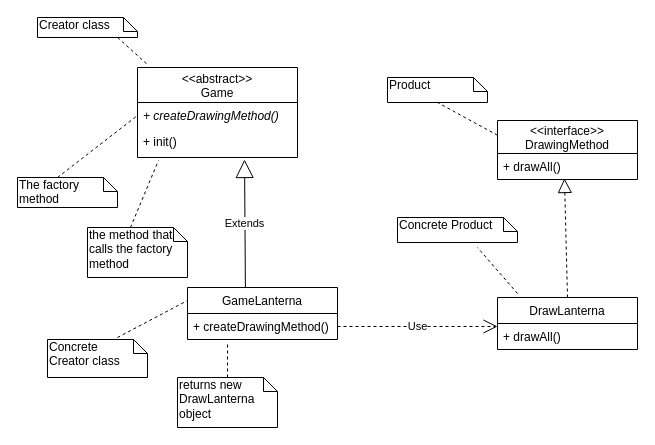
The draw.io diagram docs/images/UML_FactoryMethod_1/UML_FactoryMethod_1.drawio in DiogoF17/LPOO_18-19, before the edit. Source tidied: cells renumbered, new cells numbered last; positions are measured from the earlier drawing's top-left corner, leaving out a move shared by most shapes. Both pictures are drawn from the tidied source at 100%, with x=0, y=0 at pixel (17, 17).
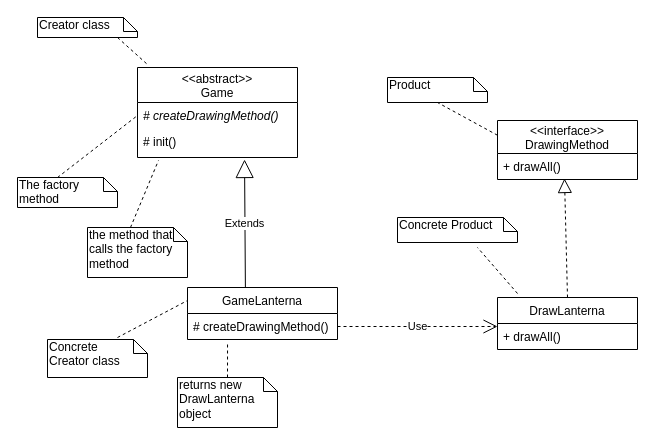
After the change.

Unchanged cells that the change refers to:
```xml
<mxCell id="2" value="&#10;&lt;&lt;abstract&gt;&gt;&#10;Game&#10;" style="swimlane;fontStyle=0;horizontal=1;startSize=35;fillColor=none;" parent="1" vertex="1">
  <mxGeometry x="120" y="50" width="160" height="90" as="geometry" />
</mxCell>
<mxCell id="12" value="GameLanterna" style="swimlane;fontStyle=0;horizontal=1;startSize=26;fillColor=none;" parent="1" vertex="1">
  <mxGeometry x="170" y="270" width="150" height="52" as="geometry" />
</mxCell>
```

What changed in the source:
```diff
@@
-    <mxCell id="3" value="+ createDrawingMethod()" style="text;strokeColor=none;fillColor=none;align=left;verticalAlign=top;spacingLeft=4;spacingRight=4;overflow=hidden;points=[[0,0.5],[1,0.5]];portConstraint=eastwest;fontStyle=2;" parent="2" vertex="1">
+    <mxCell id="3" value="# createDrawingMethod()" style="text;strokeColor=none;fillColor=none;align=left;verticalAlign=top;spacingLeft=4;spacingRight=4;overflow=hidden;points=[[0,0.5],[1,0.5]];portConstraint=eastwest;fontStyle=2;" parent="2" vertex="1">
       <mxGeometry y="35" width="160" height="26" as="geometry" />
     </mxCell>
-    <mxCell id="4" value="+ init()&#10;&#10;" style="text;strokeColor=none;fillColor=none;align=left;verticalAlign=top;spacingLeft=4;spacingRight=4;overflow=hidden;points=[[0,0.5],[1,0.5]];portConstraint=eastwest;" parent="2" vertex="1">
+    <mxCell id="4" value="# init()&#10;&#10;" style="text;strokeColor=none;fillColor=none;align=left;verticalAlign=top;spacingLeft=4;spacingRight=4;overflow=hidden;points=[[0,0.5],[1,0.5]];portConstraint=eastwest;" parent="2" vertex="1">
       <mxGeometry y="61" width="160" height="29" as="geometry" />
     </mxCell>
@@
-    <mxCell id="13" value="+ createDrawingMethod()" style="text;strokeColor=none;fillColor=none;align=left;verticalAlign=top;spacingLeft=4;spacingRight=4;overflow=hidden;points=[[0,0.5],[1,0.5]];portConstraint=eastwest;" parent="12" vertex="1">
+    <mxCell id="13" value="# createDrawingMethod()" style="text;strokeColor=none;fillColor=none;align=left;verticalAlign=top;spacingLeft=4;spacingRight=4;overflow=hidden;points=[[0,0.5],[1,0.5]];portConstraint=eastwest;" parent="12" vertex="1">
       <mxGeometry y="26" width="150" height="26" as="geometry" />
     </mxCell>
```
